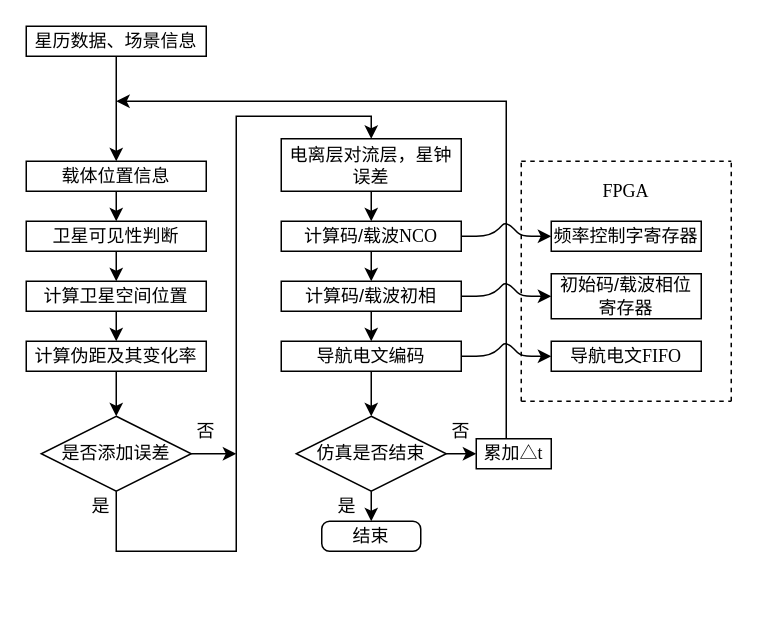
Earlier version of the draw.io diagram page "第 8 页" (8 of 8) of 未命名绘图111.drawio (RunningManlt/bj18). Source tidied: cells renumbered, new cells numbered last; positions are measured from the earlier drawing's top-left corner, leaving out a move shared by most shapes. Both pictures are drawn from the tidied source at 150%, with x=0, y=0 at pixel (26, 26).
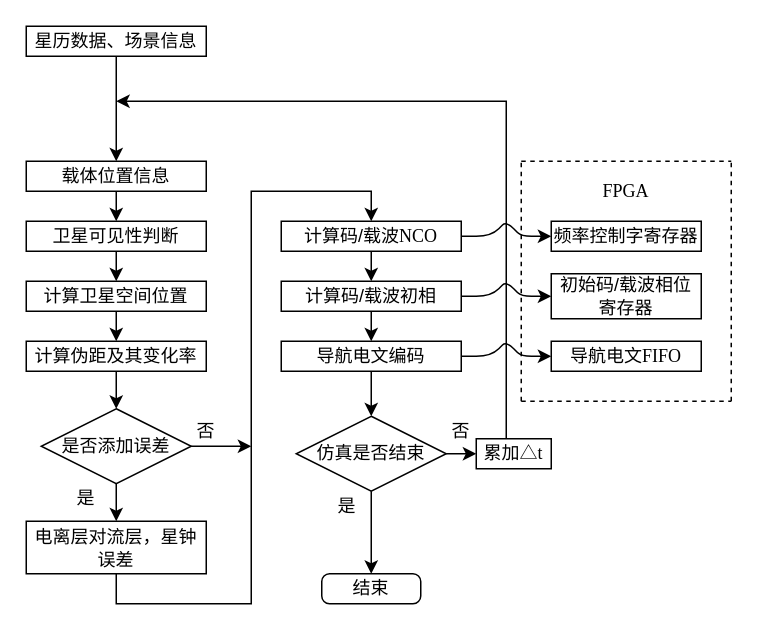
The same page after the edit.

The change refers to these unchanged cells:
```xml
<mxCell id="16" value="&lt;font face=&quot;宋体&quot;&gt;计算码/载波&lt;/font&gt;&lt;font face=&quot;Times New Roman&quot;&gt;NCO&lt;/font&gt;" style="rounded=0;whiteSpace=wrap;html=1;" parent="1" vertex="1">
  <mxGeometry x="170" y="130" width="120" height="20" as="geometry" />
</mxCell>
```

Diff of the diagram source:
```diff
@@
     <mxCell id="12" style="edgeStyle=orthogonalEdgeStyle;rounded=0;jettySize=auto;html=1;exitX=0.5;exitY=1;exitDx=0;exitDy=0;entryX=0.5;entryY=0;entryDx=0;entryDy=0;" parent="1" edge="1" source="14" target="28">
-      <mxGeometry relative="1" as="geometry">
-        <Array as="points">
-          <mxPoint x="60" y="350" />
-          <mxPoint x="140" y="350" />
-          <mxPoint x="140" y="60" />
-          <mxPoint x="230" y="60" />
-        </Array>
-      </mxGeometry>
+      <mxGeometry relative="1" as="geometry" />
     </mxCell>
-    <mxCell id="13" style="edgeStyle=orthogonalEdgeStyle;rounded=0;jettySize=auto;html=1;exitX=1;exitY=0.5;exitDx=0;exitDy=0;" parent="1" edge="1" source="14">
-      <mxGeometry relative="1" as="geometry">
-        <mxPoint x="140" y="285.2" as="targetPoint" />
-      </mxGeometry>
-    </mxCell>
+    <mxCell id="44" style="edgeStyle=orthogonalEdgeStyle;rounded=0;jettySize=auto;html=1;exitX=1;exitY=0.5;exitDx=0;exitDy=0;" parent="1" edge="1" source="14">
+      <mxGeometry relative="1" as="geometry">
+        <mxPoint x="150" y="280" as="targetPoint" />
+      </mxGeometry>
+    </mxCell>
     <mxCell id="14" value="&lt;font face=&quot;宋体&quot;&gt;是否添加误差&lt;/font&gt;" style="rhombus;whiteSpace=wrap;html=1;" parent="1" vertex="1">
-      <mxGeometry x="10" y="260" width="100" height="50" as="geometry" />
+      <mxGeometry x="10" y="255" width="100" height="50" as="geometry" />
     </mxCell>
@@
     <mxCell id="27" style="edgeStyle=orthogonalEdgeStyle;rounded=0;jettySize=auto;html=1;exitX=0.5;exitY=1;exitDx=0;exitDy=0;entryX=0.5;entryY=0;entryDx=0;entryDy=0;" parent="1" edge="1" source="28" target="16">
-      <mxGeometry relative="1" as="geometry" />
+      <mxGeometry relative="1" as="geometry">
+        <Array as="points">
+          <mxPoint x="60" y="385" />
+          <mxPoint x="150" y="385" />
+          <mxPoint x="150" y="110" />
+          <mxPoint x="230" y="110" />
+        </Array>
+      </mxGeometry>
     </mxCell>
     <mxCell id="28" value="&lt;font face=&quot;宋体&quot;&gt;电离层对流层，星钟误差&lt;/font&gt;" style="rounded=0;whiteSpace=wrap;html=1;align=center;" parent="1" vertex="1">
-      <mxGeometry x="170" y="75" width="120" height="35" as="geometry" />
+      <mxGeometry y="330" width="120" height="35" as="geometry" />
     </mxCell>
     <mxCell id="29" value="&lt;font face=&quot;宋体&quot;&gt;结束&lt;/font&gt;" style="rounded=1;whiteSpace=wrap;html=1;align=center;arcSize=26;" parent="1" vertex="1">
-      <mxGeometry x="197" y="330" width="66" height="20" as="geometry" />
+      <mxGeometry x="197" y="365" width="66" height="20" as="geometry" />
     </mxCell>
@@
     <mxCell id="40" value="&lt;font face=&quot;宋体&quot;&gt;是&lt;/font&gt;" style="text;html=1;strokeColor=none;fillColor=none;align=center;verticalAlign=middle;whiteSpace=wrap;rounded=0;" parent="1" vertex="1">
-      <mxGeometry x="40" y="310" width="20" height="20" as="geometry" />
+      <mxGeometry x="30" y="305" width="20" height="20" as="geometry" />
     </mxCell>
```
